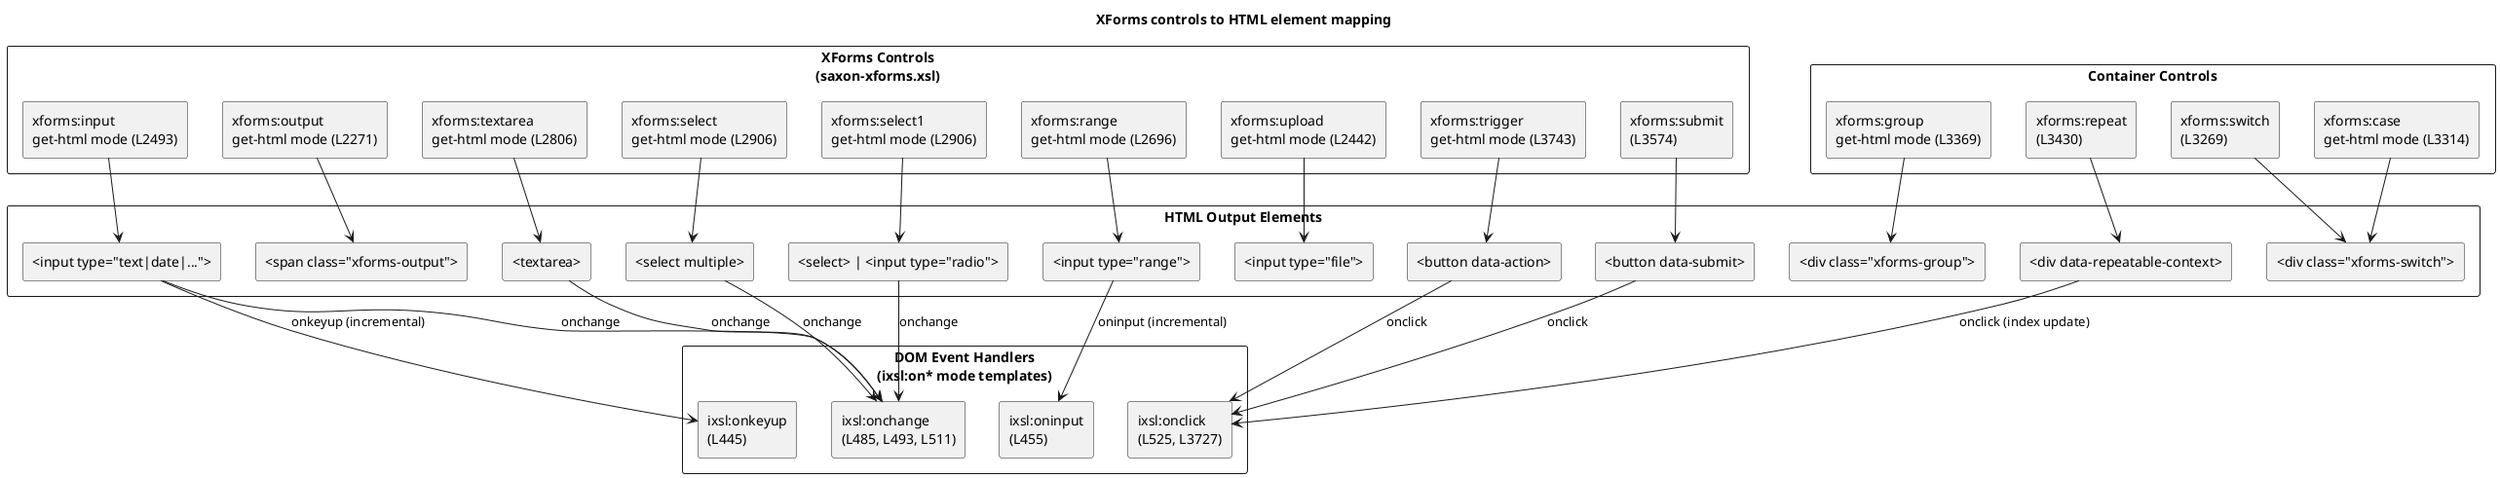
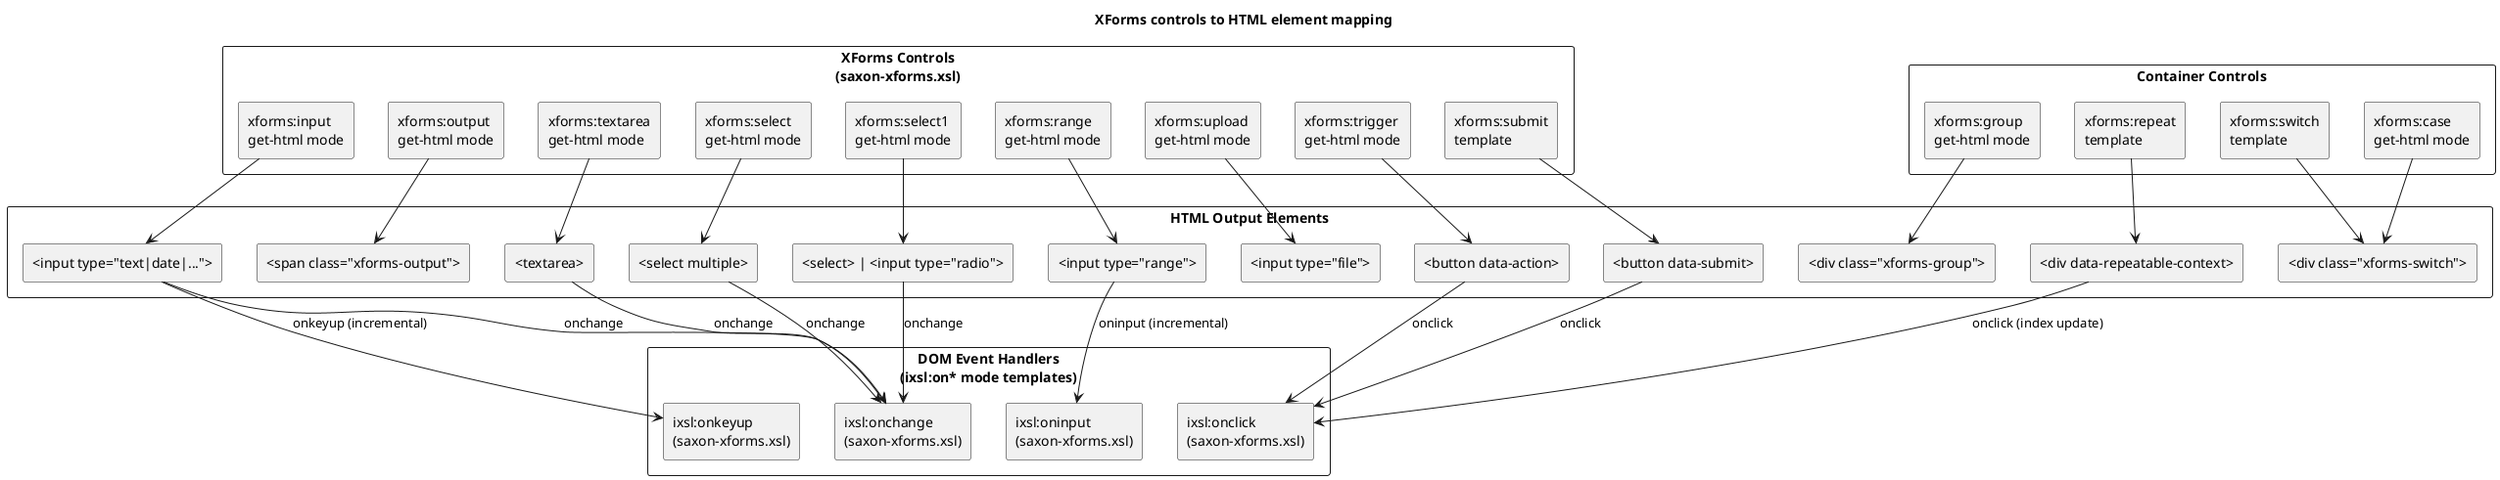
@startuml
title XForms controls to HTML element mapping
skinparam componentStyle rectangle
skinparam packageStyle rectangle

package "XForms Controls\n(saxon-xforms.xsl)" {
-   [xforms:input\nget-html mode (L2493)] as XF_INPUT
-   [xforms:output\nget-html mode (L2271)] as XF_OUTPUT
-   [xforms:textarea\nget-html mode (L2806)] as XF_TEXTAREA
-   [xforms:select\nget-html mode (L2906)] as XF_SELECT
-   [xforms:select1\nget-html mode (L2906)] as XF_SELECT1
-   [xforms:range\nget-html mode (L2696)] as XF_RANGE
-   [xforms:upload\nget-html mode (L2442)] as XF_UPLOAD
-   [xforms:trigger\nget-html mode (L3743)] as XF_TRIGGER
-   [xforms:submit\n(L3574)] as XF_SUBMIT
+   [xforms:input\nget-html mode] as XF_INPUT
+   [xforms:output\nget-html mode] as XF_OUTPUT
+   [xforms:textarea\nget-html mode] as XF_TEXTAREA
+   [xforms:select\nget-html mode] as XF_SELECT
+   [xforms:select1\nget-html mode] as XF_SELECT1
+   [xforms:range\nget-html mode] as XF_RANGE
+   [xforms:upload\nget-html mode] as XF_UPLOAD
+   [xforms:trigger\nget-html mode] as XF_TRIGGER
+   [xforms:submit\ntemplate] as XF_SUBMIT
}

package "Container Controls" {
-   [xforms:group\nget-html mode (L3369)] as XF_GROUP
-   [xforms:repeat\n(L3430)] as XF_REPEAT
-   [xforms:switch\n(L3269)] as XF_SWITCH
-   [xforms:case\nget-html mode (L3314)] as XF_CASE
+   [xforms:group\nget-html mode] as XF_GROUP
+   [xforms:repeat\ntemplate] as XF_REPEAT
+   [xforms:switch\ntemplate] as XF_SWITCH
+   [xforms:case\nget-html mode] as XF_CASE
}

package "HTML Output Elements" {
  [<input type="text|date|...">] as H_INPUT
  [<span class="xforms-output">] as H_OUTPUT
  [<textarea>] as H_TEXTAREA
  [<select multiple>] as H_SELECT
  [<select> | <input type="radio">] as H_SELECT1
  [<input type="range">] as H_RANGE
  [<input type="file">] as H_FILE
  [<button data-action>] as H_BUTTON
  [<button data-submit>] as H_SUBMIT
  [<div class="xforms-group">] as H_GROUP
  [<div data-repeatable-context>] as H_REPEAT
  [<div class="xforms-switch">] as H_SWITCH
}

package "DOM Event Handlers\n(ixsl:on* mode templates)" {
-   [ixsl:onchange\n(L485, L493, L511)] as EV_CHANGE
-   [ixsl:onclick\n(L525, L3727)] as EV_CLICK
-   [ixsl:onkeyup\n(L445)] as EV_KEYUP
-   [ixsl:oninput\n(L455)] as EV_INPUT
+   [ixsl:onchange\n(saxon-xforms.xsl)] as EV_CHANGE
+   [ixsl:onclick\n(saxon-xforms.xsl)] as EV_CLICK
+   [ixsl:onkeyup\n(saxon-xforms.xsl)] as EV_KEYUP
+   [ixsl:oninput\n(saxon-xforms.xsl)] as EV_INPUT
}

XF_INPUT --> H_INPUT
XF_OUTPUT --> H_OUTPUT
XF_TEXTAREA --> H_TEXTAREA
XF_SELECT --> H_SELECT
XF_SELECT1 --> H_SELECT1
XF_RANGE --> H_RANGE
XF_UPLOAD --> H_FILE
XF_TRIGGER --> H_BUTTON
XF_SUBMIT --> H_SUBMIT
XF_GROUP --> H_GROUP
XF_REPEAT --> H_REPEAT
XF_SWITCH --> H_SWITCH
XF_CASE --> H_SWITCH

H_INPUT --> EV_CHANGE : onchange
H_INPUT --> EV_KEYUP : onkeyup (incremental)
H_RANGE --> EV_INPUT : oninput (incremental)
H_SELECT --> EV_CHANGE : onchange
H_SELECT1 --> EV_CHANGE : onchange
H_TEXTAREA --> EV_CHANGE : onchange
H_BUTTON --> EV_CLICK : onclick
H_SUBMIT --> EV_CLICK : onclick
H_REPEAT --> EV_CLICK : onclick (index update)
@enduml
